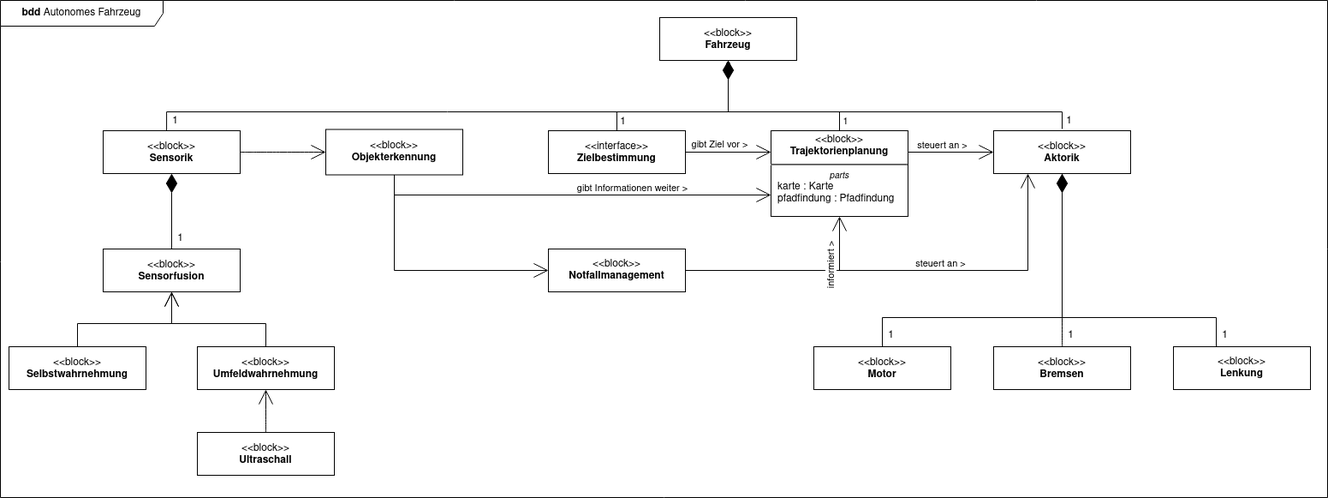
This is bdd.png from agrueneberg/sews2324, a draw.io export, as it was before one commit. Source tidied: cells renumbered, new cells last; positions are measured from the earlier drawing's top-left corner, leaving out a move shared by most shapes.
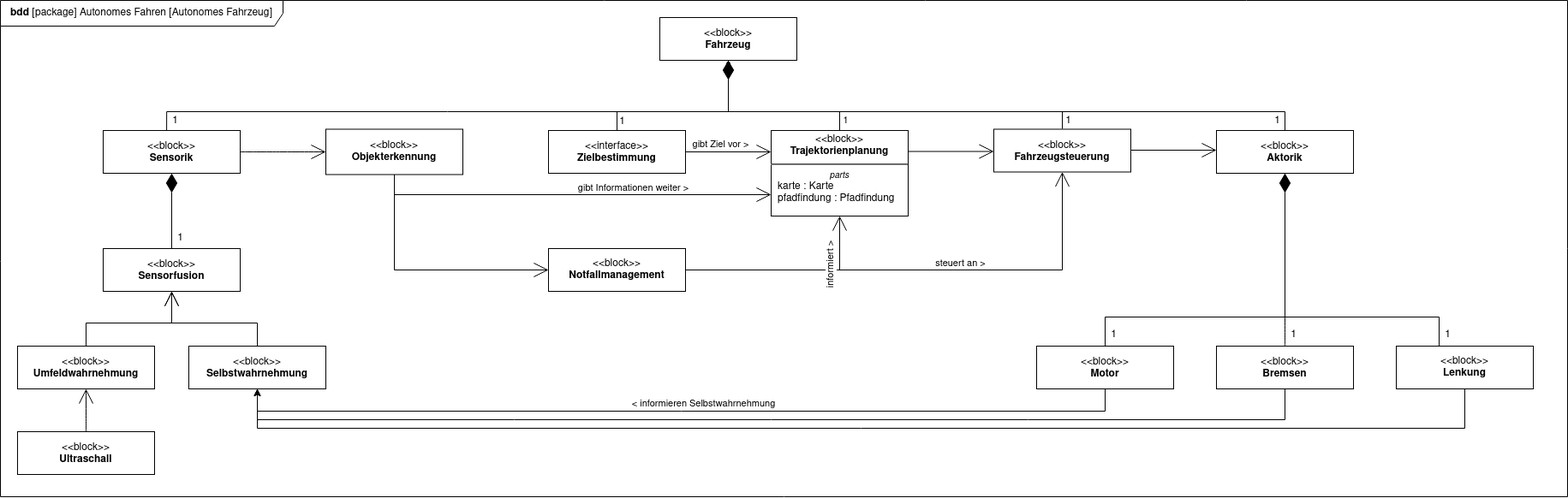
Later version of the same file.

Change to the diagram source:
```diff
@@ -2,9 +2,6 @@
   <root>
     <mxCell id="0" />
     <mxCell id="1" parent="0" />
-    <mxCell id="2" value="&lt;b&gt;bdd&lt;/b&gt; Autonomes Fahrzeug" style="shape=umlFrame;whiteSpace=wrap;html=1;width=190;height=30;" parent="1" vertex="1">
-      <mxGeometry width="1550" height="580" as="geometry" />
-    </mxCell>
     <mxCell id="3" value="&lt;p&gt;&amp;lt;&amp;lt;block&amp;gt;&amp;gt;&lt;br&gt;&lt;b&gt;Fahrzeug&lt;/b&gt;&lt;/p&gt;" style="shape=rect;html=1;overflow=fill;whiteSpace=wrap;align=center;" parent="1" vertex="1">
       <mxGeometry x="770" y="20" width="160" height="50" as="geometry" />
     </mxCell>
@@ -49,14 +46,14 @@
       </mxGeometry>
     </mxCell>
     <mxCell id="11" value="&lt;p&gt;&amp;lt;&amp;lt;block&amp;gt;&amp;gt;&lt;br&gt;&lt;b&gt;Aktorik&lt;/b&gt;&lt;/p&gt;" style="shape=rect;html=1;overflow=fill;whiteSpace=wrap;align=center;" parent="1" vertex="1">
-      <mxGeometry x="1160" y="152" width="160" height="50" as="geometry" />
+      <mxGeometry x="1420" y="152" width="160" height="50" as="geometry" />
     </mxCell>
     <mxCell id="12" style="edgeStyle=orthogonalEdgeStyle;rounded=0;jettySize=auto;html=1;fontSize=12;endArrow=diamondThin;endFill=1;endSize=20;exitX=0.5;exitY=0;exitDx=0;exitDy=0;entryX=0.5;entryY=1;entryDx=0;entryDy=0;" parent="1" edge="1" source="47" target="11">
       <mxGeometry relative="1" as="geometry">
         <Array as="points">
-          <mxPoint x="1420" y="404" />
-          <mxPoint x="1420" y="370" />
-          <mxPoint x="1240" y="370" />
+          <mxPoint x="1680" y="404" />
+          <mxPoint x="1680" y="370" />
+          <mxPoint x="1500" y="370" />
         </Array>
       </mxGeometry>
     </mxCell>
@@ -93,18 +90,9 @@
         <mxPoint x="-17" y="149" as="offset" />
       </mxGeometry>
     </mxCell>
-    <mxCell id="19" style="edgeStyle=orthogonalEdgeStyle;rounded=0;jettySize=auto;html=1;fontSize=12;endArrow=open;endFill=0;endSize=15;exitX=0.5;exitY=1;exitDx=0;exitDy=0;entryX=0;entryY=0.75;entryDx=0;entryDy=0;" parent="1" edge="1" source="40" target="38">
-      <mxGeometry relative="1" as="geometry">
-        <Array as="points">
-          <mxPoint x="460" y="227" />
-        </Array>
-      </mxGeometry>
+    <mxCell id="19" style="edgeStyle=orthogonalEdgeStyle;rounded=0;orthogonalLoop=1;jettySize=auto;html=1;fontSize=12;endArrow=open;endFill=0;endSize=15;exitX=0;exitY=0.75;exitDx=0;exitDy=0;entryX=0;entryY=0.75;entryDx=0;entryDy=0;" parent="1" edge="1" source="38" target="38">
+      <mxGeometry relative="1" as="geometry" />
     </mxCell>
-    <mxCell id="20" value="gibt Informationen weiter &amp;gt;" style="edgeLabel;html=1;align=center;verticalAlign=middle;" parent="19" vertex="1">
-      <mxGeometry x="-0.1" y="1" relative="1" as="geometry">
-        <mxPoint x="93" y="-8" as="offset" />
-      </mxGeometry>
-    </mxCell>
     <mxCell id="21" style="edgeStyle=none;curved=1;rounded=0;jettySize=auto;html=1;exitX=1;exitY=0.5;exitDx=0;exitDy=0;entryX=0;entryY=0.5;entryDx=0;entryDy=0;fontSize=12;startSize=8;endSize=15;endArrow=open;endFill=0;" parent="1" edge="1" source="22" target="40">
       <mxGeometry relative="1" as="geometry" />
     </mxCell>
@@ -115,13 +103,13 @@
       <mxGeometry relative="1" as="geometry" />
     </mxCell>
     <mxCell id="24" value="&lt;p&gt;&amp;lt;&amp;lt;block&amp;gt;&amp;gt;&lt;br&gt;&lt;b&gt;Selbstwahrnehmung&lt;/b&gt;&lt;/p&gt;&lt;p&gt;&lt;b&gt;{abstract}&lt;/b&gt;&lt;/p&gt;" style="shape=rect;html=1;overflow=fill;whiteSpace=wrap;align=center;" parent="1" vertex="1">
-      <mxGeometry x="10" y="404" width="160" height="50" as="geometry" />
+      <mxGeometry x="220" y="404" width="160" height="50" as="geometry" />
     </mxCell>
     <mxCell id="25" style="edgeStyle=orthogonalEdgeStyle;rounded=0;jettySize=auto;html=1;exitX=0.5;exitY=0;exitDx=0;exitDy=0;entryX=0.5;entryY=1;entryDx=0;entryDy=0;fontSize=12;startSize=8;endSize=15;endArrow=open;endFill=0;" parent="1" edge="1" source="26" target="41">
       <mxGeometry relative="1" as="geometry" />
     </mxCell>
     <mxCell id="26" value="&lt;p&gt;&amp;lt;&amp;lt;block&amp;gt;&amp;gt;&lt;br&gt;&lt;b&gt;Umfeldwahrnehmung&lt;/b&gt;&lt;/p&gt;" style="shape=rect;html=1;overflow=fill;whiteSpace=wrap;align=center;" parent="1" vertex="1">
-      <mxGeometry x="230" y="404" width="160" height="50" as="geometry" />
+      <mxGeometry x="20" y="404" width="160" height="50" as="geometry" />
     </mxCell>
     <mxCell id="27" style="edgeStyle=orthogonalEdgeStyle;rounded=0;jettySize=auto;html=1;fontSize=12;endArrow=diamondThin;endFill=1;strokeWidth=1;endSize=20;" parent="1" edge="1" target="3">
       <mxGeometry relative="1" as="geometry">
@@ -137,25 +125,16 @@
         <mxPoint x="5" y="-29" as="offset" />
       </mxGeometry>
     </mxCell>
-    <mxCell id="29" style="edgeStyle=none;rounded=0;jettySize=auto;html=1;fontSize=12;endArrow=open;endFill=0;endSize=15;exitX=1;exitY=0.25;exitDx=0;exitDy=0;" parent="1" edge="1" source="38" target="11">
-      <mxGeometry relative="1" as="geometry" />
-    </mxCell>
-    <mxCell id="30" value="&lt;div&gt;steuert an &amp;gt;&lt;/div&gt;" style="edgeLabel;html=1;align=center;verticalAlign=middle;" parent="29" vertex="1">
-      <mxGeometry x="-0.22" y="3" relative="1" as="geometry">
-        <mxPoint y="-6" as="offset" />
-      </mxGeometry>
-    </mxCell>
     <mxCell id="31" style="edgeStyle=none;curved=1;rounded=0;jettySize=auto;html=1;exitX=0.5;exitY=0;exitDx=0;exitDy=0;entryX=0.5;entryY=1;entryDx=0;entryDy=0;fontSize=12;startSize=8;endSize=15;endArrow=open;endFill=0;" parent="1" edge="1" source="32" target="26">
       <mxGeometry relative="1" as="geometry" />
     </mxCell>
     <mxCell id="32" value="&lt;p&gt;&amp;lt;&amp;lt;block&amp;gt;&amp;gt;&lt;br&gt;&lt;b&gt;Ultraschall&lt;/b&gt;&lt;/p&gt;" style="shape=rect;html=1;overflow=fill;whiteSpace=wrap;align=center;" parent="1" vertex="1">
-      <mxGeometry x="230" y="504" width="160" height="50" as="geometry" />
+      <mxGeometry x="20" y="504" width="160" height="50" as="geometry" />
     </mxCell>
-    <mxCell id="33" style="edgeStyle=orthogonalEdgeStyle;rounded=0;jettySize=auto;html=1;endArrow=open;endFill=0;endSize=15;strokeWidth=1;exitX=1;exitY=0.5;exitDx=0;exitDy=0;" parent="1" edge="1" source="37">
+    <mxCell id="33" style="edgeStyle=orthogonalEdgeStyle;rounded=0;jettySize=auto;html=1;endArrow=open;endFill=0;endSize=15;strokeWidth=1;exitX=1;exitY=0.5;exitDx=0;exitDy=0;entryX=0.5;entryY=1;entryDx=0;entryDy=0;" parent="1" edge="1" source="37" target="54">
       <mxGeometry relative="1" as="geometry">
-        <mxPoint x="1200" y="202" as="targetPoint" />
         <Array as="points">
-          <mxPoint x="1200" y="315" />
+          <mxPoint x="1240" y="315" />
         </Array>
       </mxGeometry>
     </mxCell>
@@ -197,22 +176,91 @@
     <mxCell id="43" style="edgeStyle=orthogonalEdgeStyle;rounded=0;jettySize=auto;html=1;exitX=0.5;exitY=0;exitDx=0;exitDy=0;entryX=0.5;entryY=1;entryDx=0;entryDy=0;fontSize=12;startSize=8;endSize=8;endArrow=none;endFill=0;" parent="1" edge="1" source="44" target="11">
       <mxGeometry relative="1" as="geometry">
         <Array as="points">
-          <mxPoint x="1030" y="370" />
-          <mxPoint x="1240" y="370" />
+          <mxPoint x="1290" y="370" />
+          <mxPoint x="1500" y="370" />
         </Array>
       </mxGeometry>
     </mxCell>
+    <mxCell id="48" style="edgeStyle=orthogonalEdgeStyle;rounded=0;jettySize=auto;html=1;exitX=0.5;exitY=1;exitDx=0;exitDy=0;entryX=0.5;entryY=1;entryDx=0;entryDy=0;" parent="1" edge="1" source="44" target="24">
+      <mxGeometry relative="1" as="geometry">
+        <Array as="points">
+          <mxPoint x="1290" y="480" />
+          <mxPoint x="300" y="480" />
+        </Array>
+      </mxGeometry>
+    </mxCell>
+    <mxCell id="49" value="&amp;lt; informieren Selbstwahrnehmung" style="edgeLabel;html=1;align=center;verticalAlign=middle;" parent="48" vertex="1">
+      <mxGeometry x="0.06" y="-2" relative="1" as="geometry">
+        <mxPoint x="54" y="-8" as="offset" />
+      </mxGeometry>
+    </mxCell>
     <mxCell id="44" value="&lt;p&gt;&amp;lt;&amp;lt;block&amp;gt;&amp;gt;&lt;br&gt;&lt;b&gt;Motor&lt;/b&gt;&lt;br&gt;&lt;/p&gt;" style="shape=rect;html=1;overflow=fill;whiteSpace=wrap;align=center;" parent="1" vertex="1">
-      <mxGeometry x="950" y="404" width="160" height="50" as="geometry" />
+      <mxGeometry x="1210" y="404" width="160" height="50" as="geometry" />
     </mxCell>
     <mxCell id="45" style="edgeStyle=none;curved=1;rounded=0;jettySize=auto;html=1;exitX=0.5;exitY=0;exitDx=0;exitDy=0;entryX=0.5;entryY=1;entryDx=0;entryDy=0;fontSize=12;startSize=8;endSize=8;endArrow=none;endFill=0;" parent="1" edge="1" source="46" target="11">
       <mxGeometry relative="1" as="geometry" />
     </mxCell>
+    <mxCell id="50" style="edgeStyle=orthogonalEdgeStyle;rounded=0;jettySize=auto;html=1;exitX=0.5;exitY=1;exitDx=0;exitDy=0;entryX=0.5;entryY=1;entryDx=0;entryDy=0;" parent="1" edge="1" source="46" target="24">
+      <mxGeometry relative="1" as="geometry">
+        <Array as="points">
+          <mxPoint x="1500" y="490" />
+          <mxPoint x="300" y="490" />
+        </Array>
+      </mxGeometry>
+    </mxCell>
     <mxCell id="46" value="&lt;p&gt;&amp;lt;&amp;lt;block&amp;gt;&amp;gt;&lt;br&gt;&lt;b&gt;Bremsen&lt;/b&gt;&lt;br&gt;&lt;/p&gt;" style="shape=rect;html=1;overflow=fill;whiteSpace=wrap;align=center;" parent="1" vertex="1">
-      <mxGeometry x="1160" y="404" width="160" height="50" as="geometry" />
+      <mxGeometry x="1420" y="404" width="160" height="50" as="geometry" />
     </mxCell>
+    <mxCell id="51" style="edgeStyle=orthogonalEdgeStyle;rounded=0;jettySize=auto;html=1;exitX=0.5;exitY=1;exitDx=0;exitDy=0;entryX=0.5;entryY=1;entryDx=0;entryDy=0;" parent="1" edge="1" source="47" target="24">
+      <mxGeometry relative="1" as="geometry">
+        <Array as="points">
+          <mxPoint x="1710" y="500" />
+          <mxPoint x="300" y="500" />
+        </Array>
+      </mxGeometry>
+    </mxCell>
     <mxCell id="47" value="&amp;lt;&amp;lt;block&amp;gt;&amp;gt;&lt;br&gt;&lt;b&gt;Lenkung&lt;/b&gt;" style="rounded=0;whiteSpace=wrap;html=1;" parent="1" vertex="1">
-      <mxGeometry x="1370" y="404" width="160" height="50" as="geometry" />
+      <mxGeometry x="1630" y="404" width="160" height="50" as="geometry" />
     </mxCell>
+    <mxCell id="52" style="rounded=0;jettySize=auto;html=1;endArrow=diamondThin;endFill=1;edgeStyle=orthogonalEdgeStyle;exitX=0.5;exitY=0;exitDx=0;exitDy=0;" parent="1" edge="1" source="11">
+      <mxGeometry relative="1" as="geometry">
+        <mxPoint x="850" y="70" as="targetPoint" />
+        <Array as="points">
+          <mxPoint x="1500" y="130" />
+          <mxPoint x="850" y="130" />
+        </Array>
+      </mxGeometry>
+    </mxCell>
+    <mxCell id="53" value="1" style="edgeLabel;html=1;align=center;verticalAlign=middle;fontSize=12;" parent="52" vertex="1">
+      <mxGeometry x="-0.59" y="-2" relative="1" as="geometry">
+        <mxPoint x="118" y="12" as="offset" />
+      </mxGeometry>
+    </mxCell>
+    <mxCell id="54" value="&lt;p&gt;&amp;lt;&amp;lt;block&amp;gt;&amp;gt;&lt;br&gt;&lt;b&gt;Fahrzeugsteuerung&lt;/b&gt;&lt;/p&gt;" style="shape=rect;html=1;overflow=fill;whiteSpace=wrap;align=center;" parent="1" vertex="1">
+      <mxGeometry x="1160" y="150.5" width="160" height="50" as="geometry" />
+    </mxCell>
+    <mxCell id="55" style="edgeStyle=none;rounded=0;orthogonalLoop=1;jettySize=auto;html=1;fontSize=12;endArrow=open;endFill=0;endSize=15;entryX=0;entryY=0.25;entryDx=0;entryDy=0;" parent="1" edge="1">
+      <mxGeometry relative="1" as="geometry">
+        <mxPoint x="1320" y="175" as="sourcePoint" />
+        <mxPoint x="1420" y="175" as="targetPoint" />
+      </mxGeometry>
+    </mxCell>
+    <mxCell id="56" style="edgeStyle=none;rounded=0;orthogonalLoop=1;jettySize=auto;html=1;fontSize=12;endArrow=open;endFill=0;endSize=15;entryX=0;entryY=0.25;entryDx=0;entryDy=0;" parent="1" edge="1">
+      <mxGeometry relative="1" as="geometry">
+        <mxPoint x="1060" y="176.5" as="sourcePoint" />
+        <mxPoint x="1160" y="176.5" as="targetPoint" />
+      </mxGeometry>
+    </mxCell>
+    <mxCell id="57" style="edgeStyle=orthogonalEdgeStyle;rounded=0;jettySize=auto;html=1;fontSize=12;endArrow=open;endFill=0;endSize=15;exitX=0.5;exitY=1;exitDx=0;exitDy=0;entryX=0;entryY=0.75;entryDx=0;entryDy=0;" parent="1" edge="1" source="40" target="38">
+      <mxGeometry relative="1" as="geometry" />
+    </mxCell>
+    <mxCell id="20" value="gibt Informationen weiter &amp;gt;" style="edgeLabel;html=1;align=center;verticalAlign=middle;" parent="57" vertex="1">
+      <mxGeometry x="-0.1" y="1" relative="1" as="geometry">
+        <mxPoint x="93" y="-8" as="offset" />
+      </mxGeometry>
+    </mxCell>
+    <mxCell id="2" value="&lt;b&gt;bdd&lt;/b&gt; [package] Autonomes Fahren [Autonomes Fahrzeug]" style="shape=umlFrame;whiteSpace=wrap;html=1;width=330;height=30;" parent="1" vertex="1">
+      <mxGeometry width="1830" height="580" as="geometry" />
+    </mxCell>
   </root>
 </mxGraphModel>
```
